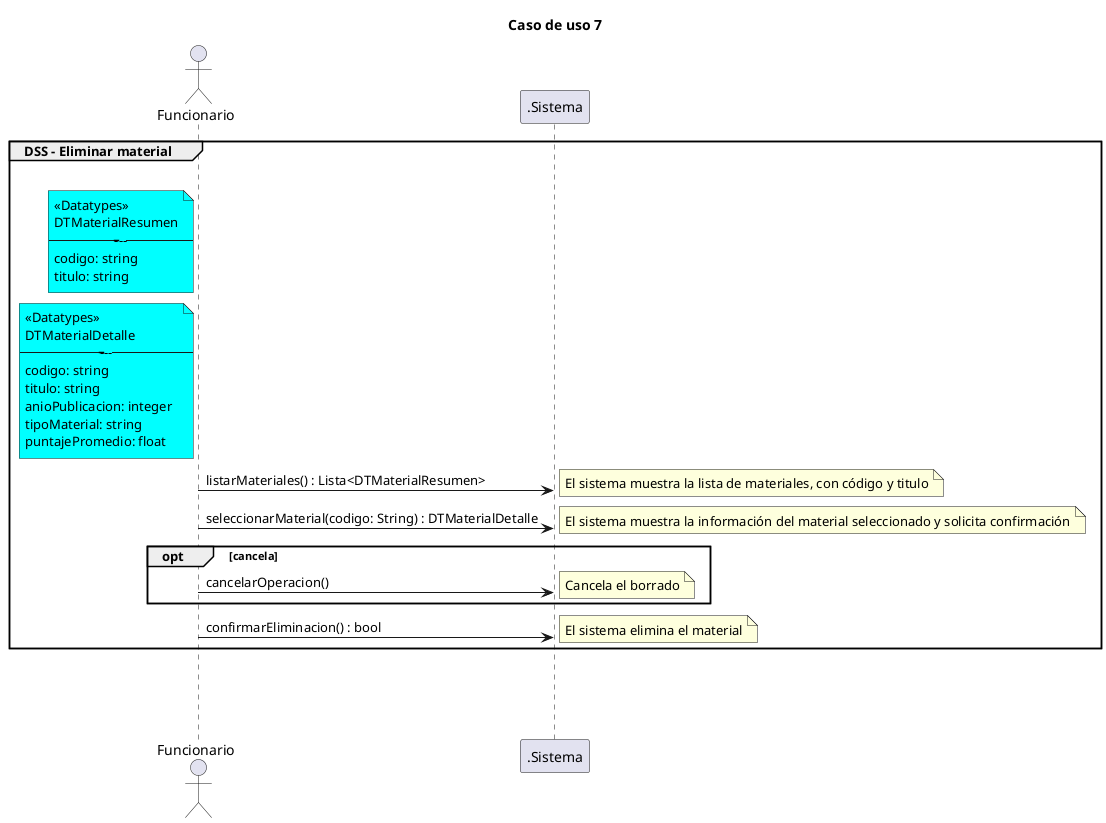
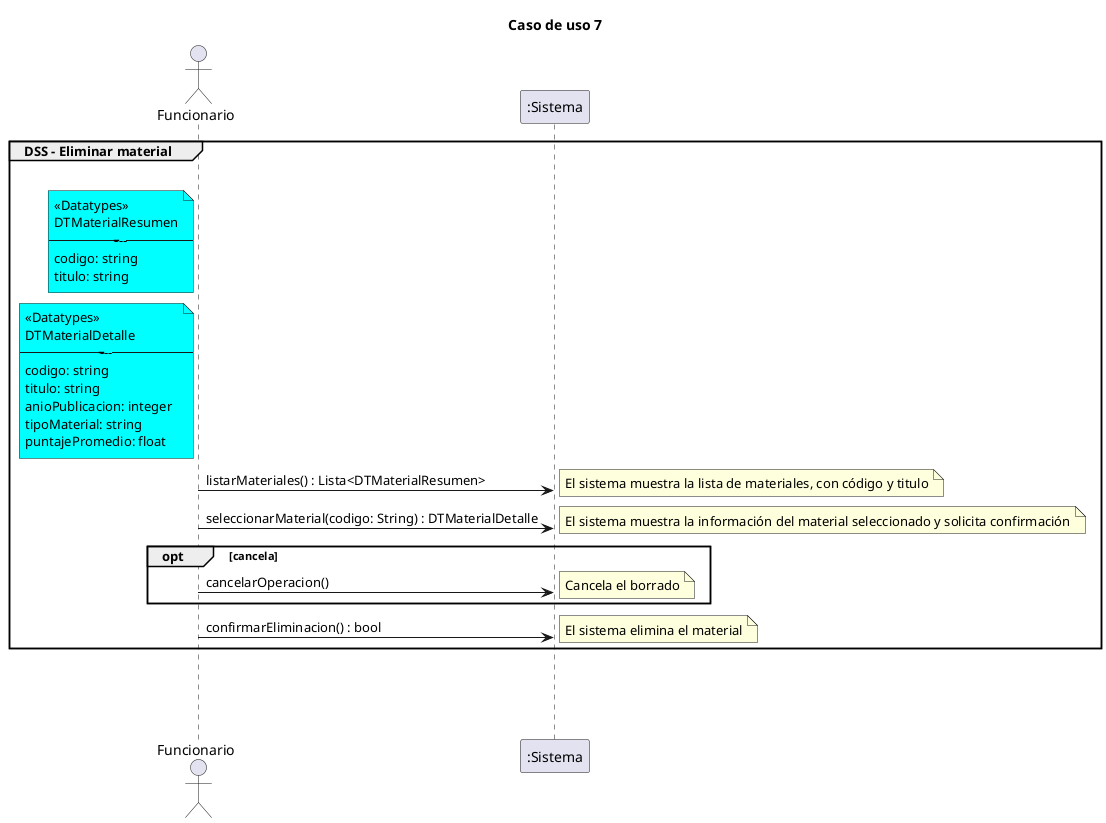
@startuml
/' El caso de uso comienza cuando un funcionario, que previamente ha iniciado
sesión, desea eliminar un material. El sistema muestra la lista de materiales
registrados indicando su código y título, y el funcionario selecciona uno. Luego, el
sistema muestra la información del material seleccionado y solicita confirmación
de la operación. Si el funcionario confirma, el sistema elimina el material.'/


title Caso de uso 7

group DSS - Eliminar material
Actor Funcionario
|||
note left of Funcionario #aqua
<<Datatypes>>
DTMaterialResumen
-----------
codigo: string
titulo: string
end note

note left of Funcionario #aqua
<<Datatypes>>
DTMaterialDetalle
-----------
codigo: string
titulo: string
anioPublicacion: integer
tipoMaterial: string
puntajePromedio: float
end note


- Funcionario -> .Sistema : listarMateriales() : Lista<DTMaterialResumen>
+ Funcionario -> ":Sistema" : listarMateriales() : Lista<DTMaterialResumen>
note right: El sistema muestra la lista de materiales, con código y titulo

- Funcionario -> .Sistema : seleccionarMaterial(codigo: String) : DTMaterialDetalle
+ Funcionario -> ":Sistema" : seleccionarMaterial(codigo: String) : DTMaterialDetalle
note right: El sistema muestra la información del material seleccionado y solicita confirmación

opt cancela
-         Funcionario -> .Sistema : cancelarOperacion()
+         Funcionario -> ":Sistema" : cancelarOperacion()
        note right: Cancela el borrado
    end

- Funcionario -> .Sistema : confirmarEliminacion() : bool
+ Funcionario -> ":Sistema" : confirmarEliminacion() : bool
note right : El sistema elimina el material

end
|||
|||
|||

@enduml